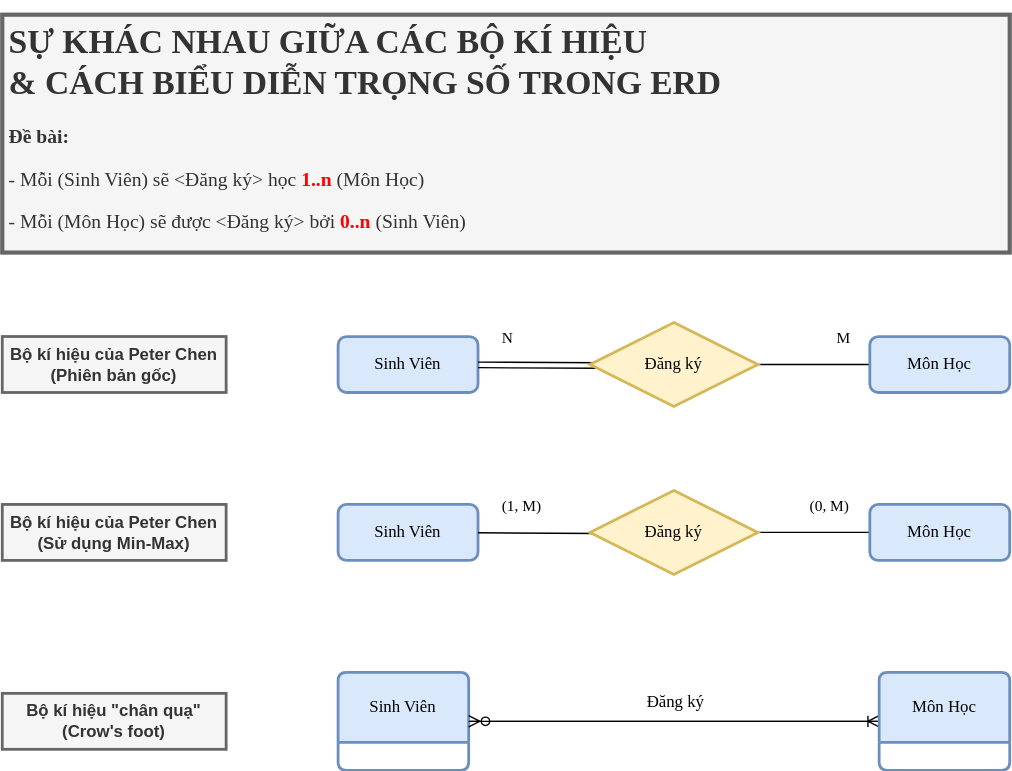
Earlier version of the draw.io export ly-thuyet/su-khac-nhau-giua-cac-bo-ki-hieu-erd.svg (Nguyen-Hoang-Thuan-OU/co-so-du-lieu). Source tidied: cells renumbered, new cells last; positions are measured from the earlier drawing's top-left corner, leaving out a move shared by most shapes. The source it was exported from:
```xml
<mxGraphModel>
  <root>
    <mxCell id="0" />
    <mxCell id="1" parent="0" />
    <mxCell id="2" value="&lt;h1 style=&quot;&quot;&gt;&lt;font style=&quot;font-size: 24px;&quot;&gt;SỰ KHÁC NHAU GIỮA CÁC BỘ KÍ HIỆU&lt;br&gt;&amp;amp; CÁCH BIỂU DIỄN TRỌNG SỐ TRONG&lt;/font&gt;&amp;nbsp;ERD&lt;/h1&gt;&lt;p style=&quot;font-size: 14px;&quot;&gt;&lt;b style=&quot;&quot;&gt;&lt;font style=&quot;font-size: 14px;&quot;&gt;Đề bài:&lt;/font&gt;&lt;/b&gt;&lt;/p&gt;&lt;p style=&quot;font-size: 14px;&quot;&gt;&lt;font style=&quot;font-size: 14px;&quot;&gt;- Mỗi (Sinh Viên) sẽ &amp;lt;Đăng ký&amp;gt; học &lt;b&gt;&lt;font color=&quot;#ff0000&quot;&gt;1..n&lt;/font&gt;&lt;/b&gt; (Môn Học)&lt;/font&gt;&lt;/p&gt;&lt;p style=&quot;font-size: 14px;&quot;&gt;&lt;font style=&quot;font-size: 14px;&quot;&gt;- Mỗi (Môn Học) sẽ được &amp;lt;Đăng ký&amp;gt; bởi &lt;b&gt;&lt;font color=&quot;#ff0000&quot;&gt;0..n&lt;/font&gt;&lt;/b&gt; (Sinh Viên)&lt;/font&gt;&lt;br&gt;&lt;/p&gt;" style="text;html=1;spacing=5;spacingTop=-20;whiteSpace=wrap;overflow=hidden;rounded=0;fillColor=#f5f5f5;fontColor=#333333;strokeColor=#666666;fontFamily=Verdana;strokeWidth=3;" parent="1" vertex="1">
      <mxGeometry width="720" height="170" as="geometry" />
    </mxCell>
    <mxCell id="3" value="Sinh Viên" style="whiteSpace=wrap;html=1;align=center;fillStyle=auto;fillColor=#dae8fc;strokeColor=#6c8ebf;rounded=1;fontFamily=Verdana;strokeWidth=2;fontSize=12;" parent="1" vertex="1">
      <mxGeometry x="240" y="230" width="100" height="40" as="geometry" />
    </mxCell>
    <mxCell id="4" style="edgeStyle=orthogonalEdgeStyle;rounded=1;jettySize=auto;html=1;exitX=1;exitY=0.5;exitDx=0;exitDy=0;entryX=0;entryY=0.5;entryDx=0;entryDy=0;endArrow=ERoneToMany;endFill=0;fontFamily=Verdana;jumpSize=6;fontSize=11;" parent="1" edge="1" source="5" target="21">
      <mxGeometry relative="1" as="geometry" />
    </mxCell>
    <mxCell id="5" value="Sinh Viên" style="swimlane;horizontal=1;startSize=50;rounded=1;fontSize=12;fontStyle=0;strokeWidth=2;shadow=0;dashed=0;align=center;arcSize=4;whiteSpace=wrap;html=1;fillColor=#dae8fc;strokeColor=#6c8ebf;fontFamily=Verdana;swimlaneLine=1;glass=0;" parent="1" vertex="1">
      <mxGeometry x="240" y="470" width="93.3" height="70" as="geometry" />
    </mxCell>
    <mxCell id="6" style="edgeStyle=orthogonalEdgeStyle;rounded=1;jettySize=auto;html=1;endArrow=none;endFill=0;fontFamily=Verdana;fontSize=11;" parent="1" edge="1" source="8" target="11">
      <mxGeometry relative="1" as="geometry" />
    </mxCell>
    <mxCell id="7" value="M" style="edgeLabel;html=1;align=center;verticalAlign=middle;fontFamily=Verdana;fontSize=11;" parent="6" vertex="1">
      <mxGeometry x="0.08" y="-2" relative="1" as="geometry">
        <mxPoint x="23" y="-18" as="offset" />
      </mxGeometry>
    </mxCell>
    <mxCell id="8" value="Môn Học" style="whiteSpace=wrap;html=1;align=center;rounded=1;fillColor=#dae8fc;strokeColor=#6c8ebf;fontFamily=Verdana;strokeWidth=2;fontSize=12;" parent="1" vertex="1">
      <mxGeometry x="620" y="230" width="100" height="40" as="geometry" />
    </mxCell>
    <mxCell id="9" style="endArrow=none;html=1;rounded=1;entryX=0.061;entryY=0.512;entryDx=0;entryDy=0;entryPerimeter=0;fontFamily=Verdana;fontSize=11;shape=link;" parent="1" edge="1" source="3" target="11">
      <mxGeometry relative="1" as="geometry" />
    </mxCell>
    <mxCell id="10" value="N" style="edgeLabel;html=1;align=center;verticalAlign=middle;fontFamily=Verdana;fontSize=11;" parent="9" vertex="1">
      <mxGeometry x="-0.35" y="1" relative="1" as="geometry">
        <mxPoint x="-9" y="-19" as="offset" />
      </mxGeometry>
    </mxCell>
    <mxCell id="11" value="Đăng ký" style="shape=rhombus;perimeter=rhombusPerimeter;whiteSpace=wrap;html=1;align=center;fillColor=#fff2cc;strokeColor=#d6b656;fontFamily=Verdana;strokeWidth=2;fontSize=12;" parent="1" vertex="1">
      <mxGeometry x="420" y="220" width="120" height="60" as="geometry" />
    </mxCell>
    <mxCell id="12" value="Sinh Viên" style="whiteSpace=wrap;html=1;align=center;rounded=1;fillColor=#dae8fc;strokeColor=#6c8ebf;fontFamily=Verdana;strokeWidth=2;fontSize=12;" parent="1" vertex="1">
      <mxGeometry x="240" y="350" width="100" height="40" as="geometry" />
    </mxCell>
    <mxCell id="13" style="edgeStyle=orthogonalEdgeStyle;rounded=1;jettySize=auto;html=1;endArrow=none;endFill=0;fontFamily=Verdana;fontSize=11;" parent="1" edge="1" source="15" target="18">
      <mxGeometry relative="1" as="geometry" />
    </mxCell>
    <mxCell id="14" value="(0, M)" style="edgeLabel;html=1;align=center;verticalAlign=middle;fontFamily=Verdana;fontSize=11;" parent="13" vertex="1">
      <mxGeometry x="-0.18" y="-3" relative="1" as="geometry">
        <mxPoint x="3" y="-17" as="offset" />
      </mxGeometry>
    </mxCell>
    <mxCell id="15" value="Môn Học" style="whiteSpace=wrap;html=1;align=center;rounded=1;glass=0;shadow=0;fillColor=#dae8fc;strokeColor=#6c8ebf;fontFamily=Verdana;strokeWidth=2;fontSize=12;" parent="1" vertex="1">
      <mxGeometry x="620" y="350" width="100" height="40" as="geometry" />
    </mxCell>
    <mxCell id="16" style="endArrow=none;html=1;rounded=1;entryX=0.061;entryY=0.512;entryDx=0;entryDy=0;entryPerimeter=0;fontFamily=Verdana;fontSize=11;" parent="1" edge="1" source="12" target="18">
      <mxGeometry relative="1" as="geometry" />
    </mxCell>
    <mxCell id="17" value="(1, M)" style="edgeLabel;html=1;align=center;verticalAlign=middle;fontFamily=Verdana;fontSize=11;" parent="16" vertex="1">
      <mxGeometry x="-0.35" y="1" relative="1" as="geometry">
        <mxPoint x="1" y="-19" as="offset" />
      </mxGeometry>
    </mxCell>
    <mxCell id="18" value="Đăng ký" style="shape=rhombus;perimeter=rhombusPerimeter;whiteSpace=wrap;html=1;align=center;fillColor=#fff2cc;strokeColor=#d6b656;fontFamily=Verdana;strokeWidth=2;fontSize=12;" parent="1" vertex="1">
      <mxGeometry x="420" y="340" width="120" height="60" as="geometry" />
    </mxCell>
    <mxCell id="19" style="edgeStyle=orthogonalEdgeStyle;jettySize=auto;html=1;exitX=0;exitY=0.5;exitDx=0;exitDy=0;entryX=1;entryY=0.5;entryDx=0;entryDy=0;endArrow=ERzeroToMany;endFill=0;fontFamily=Verdana;jumpSize=6;startSize=6;targetPerimeterSpacing=0;fontSize=11;rounded=1;" parent="1" edge="1" source="21" target="5">
      <mxGeometry relative="1" as="geometry" />
    </mxCell>
    <mxCell id="20" value="Đăng ký" style="edgeLabel;html=1;align=center;verticalAlign=middle;fontFamily=Verdana;fontSize=12;" parent="19" vertex="1">
      <mxGeometry x="-0.02" y="1" relative="1" as="geometry">
        <mxPoint x="-3" y="-16" as="offset" />
      </mxGeometry>
    </mxCell>
    <mxCell id="21" value="Môn Học" style="swimlane;horizontal=1;startSize=50;rounded=1;fontSize=12;fontStyle=0;strokeWidth=2;shadow=0;dashed=0;align=center;arcSize=4;whiteSpace=wrap;html=1;fillColor=#dae8fc;strokeColor=#6c8ebf;fontFamily=Verdana;" parent="1" vertex="1">
      <mxGeometry x="626.7" y="470" width="93.3" height="70" as="geometry" />
    </mxCell>
    <mxCell id="22" value="&lt;b&gt;Bộ kí hiệu của Peter Chen&lt;br&gt;(Phiên bản gốc)&lt;/b&gt;" style="text;html=1;strokeColor=#666666;fillColor=#f5f5f5;align=center;verticalAlign=middle;whiteSpace=wrap;rounded=0;fontColor=#333333;strokeWidth=2;" parent="1" vertex="1">
      <mxGeometry y="230" width="160" height="40" as="geometry" />
    </mxCell>
    <mxCell id="23" value="&lt;b style=&quot;border-color: var(--border-color);&quot;&gt;Bộ kí hiệu của Peter Chen&lt;/b&gt;&lt;b&gt;&lt;br&gt;(Sử dụng Min-Max)&lt;/b&gt;" style="text;html=1;strokeColor=#666666;fillColor=#f5f5f5;align=center;verticalAlign=middle;whiteSpace=wrap;rounded=0;fontColor=#333333;strokeWidth=2;" parent="1" vertex="1">
      <mxGeometry y="350" width="160" height="40" as="geometry" />
    </mxCell>
    <mxCell id="24" value="&lt;b&gt;Bộ kí hiệu &quot;chân quạ&quot;&lt;br&gt;(Crow's foot)&lt;/b&gt;" style="text;html=1;strokeColor=#666666;fillColor=#f5f5f5;align=center;verticalAlign=middle;whiteSpace=wrap;rounded=0;fontColor=#333333;strokeWidth=2;" parent="1" vertex="1">
      <mxGeometry y="485" width="160" height="40" as="geometry" />
    </mxCell>
  </root>
</mxGraphModel>
```
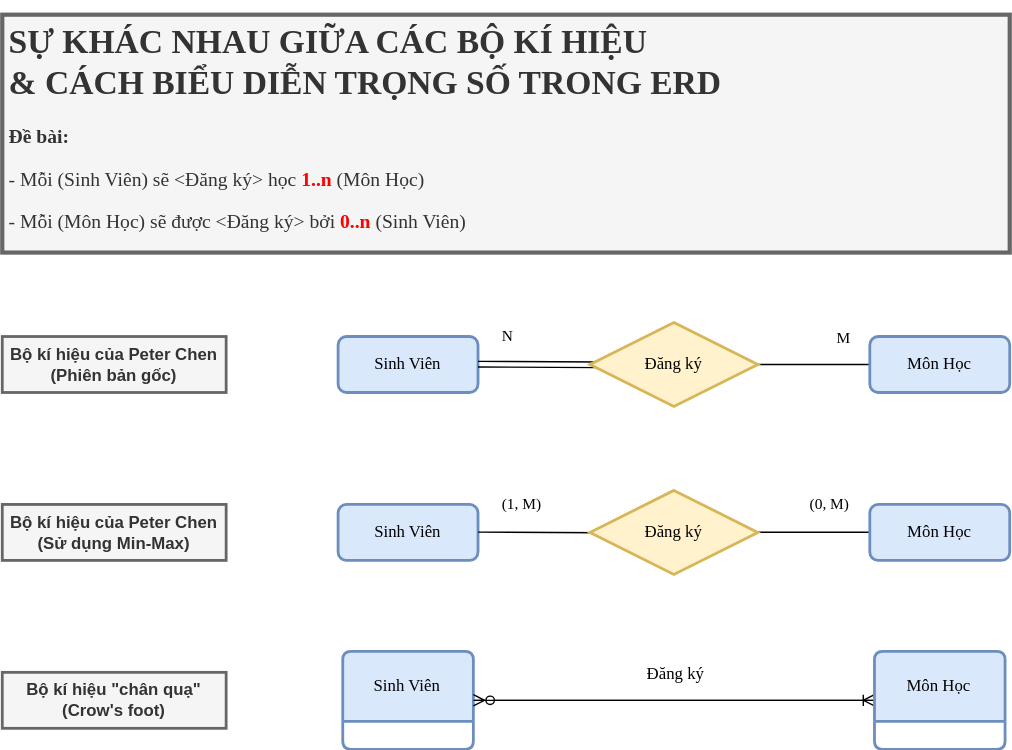
The same file after the commit.

Commit message:
update erd's notations differences

What changed in the source:
```diff
@@ -12,7 +12,7 @@
       <mxGeometry relative="1" as="geometry" />
     </mxCell>
     <mxCell id="5" value="Sinh Viên" style="swimlane;horizontal=1;startSize=50;rounded=1;fontSize=12;fontStyle=0;strokeWidth=2;shadow=0;dashed=0;align=center;arcSize=4;whiteSpace=wrap;html=1;fillColor=#dae8fc;strokeColor=#6c8ebf;fontFamily=Verdana;swimlaneLine=1;glass=0;" parent="1" vertex="1">
-      <mxGeometry x="240" y="470" width="93.3" height="70" as="geometry" />
+      <mxGeometry x="243.3" y="455" width="93.3" height="70" as="geometry" />
     </mxCell>
     <mxCell id="6" style="edgeStyle=orthogonalEdgeStyle;rounded=1;jettySize=auto;html=1;endArrow=none;endFill=0;fontFamily=Verdana;fontSize=11;" parent="1" edge="1" source="8" target="11">
       <mxGeometry relative="1" as="geometry" />
@@ -25,8 +25,11 @@
     <mxCell id="8" value="Môn Học" style="whiteSpace=wrap;html=1;align=center;rounded=1;fillColor=#dae8fc;strokeColor=#6c8ebf;fontFamily=Verdana;strokeWidth=2;fontSize=12;" parent="1" vertex="1">
       <mxGeometry x="620" y="230" width="100" height="40" as="geometry" />
     </mxCell>
-    <mxCell id="9" style="endArrow=none;html=1;rounded=1;entryX=0.061;entryY=0.512;entryDx=0;entryDy=0;entryPerimeter=0;fontFamily=Verdana;fontSize=11;shape=link;" parent="1" edge="1" source="3" target="11">
-      <mxGeometry relative="1" as="geometry" />
+    <mxCell id="9" style="endArrow=none;html=1;rounded=1;entryX=0.061;entryY=0.512;entryDx=0;entryDy=0;entryPerimeter=0;fontFamily=Verdana;fontSize=11;shape=link;" parent="1" edge="1">
+      <mxGeometry relative="1" as="geometry">
+        <mxPoint x="340" y="249.8" as="sourcePoint" />
+        <mxPoint x="427.3" y="250.2" as="targetPoint" />
+      </mxGeometry>
     </mxCell>
     <mxCell id="10" value="N" style="edgeLabel;html=1;align=center;verticalAlign=middle;fontFamily=Verdana;fontSize=11;" parent="9" vertex="1">
       <mxGeometry x="-0.35" y="1" relative="1" as="geometry">
@@ -39,8 +42,11 @@
     <mxCell id="12" value="Sinh Viên" style="whiteSpace=wrap;html=1;align=center;rounded=1;fillColor=#dae8fc;strokeColor=#6c8ebf;fontFamily=Verdana;strokeWidth=2;fontSize=12;" parent="1" vertex="1">
       <mxGeometry x="240" y="350" width="100" height="40" as="geometry" />
     </mxCell>
-    <mxCell id="13" style="edgeStyle=orthogonalEdgeStyle;rounded=1;jettySize=auto;html=1;endArrow=none;endFill=0;fontFamily=Verdana;fontSize=11;" parent="1" edge="1" source="15" target="18">
-      <mxGeometry relative="1" as="geometry" />
+    <mxCell id="13" style="edgeStyle=orthogonalEdgeStyle;rounded=1;orthogonalLoop=1;jettySize=auto;html=1;endArrow=none;endFill=0;fontFamily=Verdana;fontSize=11;" parent="1" edge="1">
+      <mxGeometry relative="1" as="geometry">
+        <mxPoint x="620" y="369.9" as="sourcePoint" />
+        <mxPoint x="540" y="369.9" as="targetPoint" />
+      </mxGeometry>
     </mxCell>
     <mxCell id="14" value="(0, M)" style="edgeLabel;html=1;align=center;verticalAlign=middle;fontFamily=Verdana;fontSize=11;" parent="13" vertex="1">
       <mxGeometry x="-0.18" y="-3" relative="1" as="geometry">
@@ -50,8 +56,11 @@
     <mxCell id="15" value="Môn Học" style="whiteSpace=wrap;html=1;align=center;rounded=1;glass=0;shadow=0;fillColor=#dae8fc;strokeColor=#6c8ebf;fontFamily=Verdana;strokeWidth=2;fontSize=12;" parent="1" vertex="1">
       <mxGeometry x="620" y="350" width="100" height="40" as="geometry" />
     </mxCell>
-    <mxCell id="16" style="endArrow=none;html=1;rounded=1;entryX=0.061;entryY=0.512;entryDx=0;entryDy=0;entryPerimeter=0;fontFamily=Verdana;fontSize=11;" parent="1" edge="1" source="12" target="18">
-      <mxGeometry relative="1" as="geometry" />
+    <mxCell id="16" style="endArrow=none;html=1;rounded=1;entryX=0.061;entryY=0.512;entryDx=0;entryDy=0;entryPerimeter=0;fontFamily=Verdana;fontSize=11;" parent="1" edge="1">
+      <mxGeometry relative="1" as="geometry">
+        <mxPoint x="340" y="369.8" as="sourcePoint" />
+        <mxPoint x="427.3" y="370.2" as="targetPoint" />
+      </mxGeometry>
     </mxCell>
     <mxCell id="17" value="(1, M)" style="edgeLabel;html=1;align=center;verticalAlign=middle;fontFamily=Verdana;fontSize=11;" parent="16" vertex="1">
       <mxGeometry x="-0.35" y="1" relative="1" as="geometry">
@@ -61,16 +70,16 @@
     <mxCell id="18" value="Đăng ký" style="shape=rhombus;perimeter=rhombusPerimeter;whiteSpace=wrap;html=1;align=center;fillColor=#fff2cc;strokeColor=#d6b656;fontFamily=Verdana;strokeWidth=2;fontSize=12;" parent="1" vertex="1">
       <mxGeometry x="420" y="340" width="120" height="60" as="geometry" />
     </mxCell>
-    <mxCell id="19" style="edgeStyle=orthogonalEdgeStyle;jettySize=auto;html=1;exitX=0;exitY=0.5;exitDx=0;exitDy=0;entryX=1;entryY=0.5;entryDx=0;entryDy=0;endArrow=ERzeroToMany;endFill=0;fontFamily=Verdana;jumpSize=6;startSize=6;targetPerimeterSpacing=0;fontSize=11;rounded=1;" parent="1" edge="1" source="21" target="5">
+    <mxCell id="19" style="edgeStyle=orthogonalEdgeStyle;jettySize=auto;html=1;exitX=0;exitY=0.5;exitDx=0;exitDy=0;endArrow=ERzeroToMany;endFill=0;fontFamily=Verdana;jumpSize=6;startSize=6;targetPerimeterSpacing=0;fontSize=11;rounded=1;entryX=1;entryY=0.5;entryDx=0;entryDy=0;" parent="1" edge="1" source="21" target="5">
       <mxGeometry relative="1" as="geometry" />
     </mxCell>
     <mxCell id="20" value="Đăng ký" style="edgeLabel;html=1;align=center;verticalAlign=middle;fontFamily=Verdana;fontSize=12;" parent="19" vertex="1">
       <mxGeometry x="-0.02" y="1" relative="1" as="geometry">
-        <mxPoint x="-3" y="-16" as="offset" />
+        <mxPoint x="-3" y="-21" as="offset" />
       </mxGeometry>
     </mxCell>
     <mxCell id="21" value="Môn Học" style="swimlane;horizontal=1;startSize=50;rounded=1;fontSize=12;fontStyle=0;strokeWidth=2;shadow=0;dashed=0;align=center;arcSize=4;whiteSpace=wrap;html=1;fillColor=#dae8fc;strokeColor=#6c8ebf;fontFamily=Verdana;" parent="1" vertex="1">
-      <mxGeometry x="626.7" y="470" width="93.3" height="70" as="geometry" />
+      <mxGeometry x="623.3" y="455" width="93.3" height="70" as="geometry" />
     </mxCell>
     <mxCell id="22" value="&lt;b&gt;Bộ kí hiệu của Peter Chen&lt;br&gt;(Phiên bản gốc)&lt;/b&gt;" style="text;html=1;strokeColor=#666666;fillColor=#f5f5f5;align=center;verticalAlign=middle;whiteSpace=wrap;rounded=0;fontColor=#333333;strokeWidth=2;" parent="1" vertex="1">
       <mxGeometry y="230" width="160" height="40" as="geometry" />
@@ -79,7 +88,7 @@
       <mxGeometry y="350" width="160" height="40" as="geometry" />
     </mxCell>
     <mxCell id="24" value="&lt;b&gt;Bộ kí hiệu &quot;chân quạ&quot;&lt;br&gt;(Crow's foot)&lt;/b&gt;" style="text;html=1;strokeColor=#666666;fillColor=#f5f5f5;align=center;verticalAlign=middle;whiteSpace=wrap;rounded=0;fontColor=#333333;strokeWidth=2;" parent="1" vertex="1">
-      <mxGeometry y="485" width="160" height="40" as="geometry" />
+      <mxGeometry y="470" width="160" height="40" as="geometry" />
     </mxCell>
   </root>
 </mxGraphModel>
```
